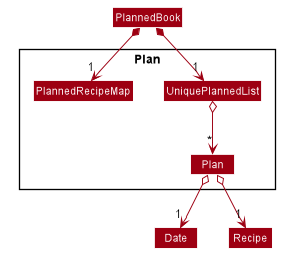
The PlantUML diagram docs/images/ModelPlanClassDiagram.png in nus-cs2103-AY1920S2/addressbook-level3, before a commit. The source it was exported from:
```plantuml
@startuml








skinparam BackgroundColor #FFFFFFF

skinparam Shadowing false

skinparam Class {
    FontColor #FFFFFF
    BorderThickness 1
    BorderColor #FFFFFF
    StereotypeFontColor #FFFFFF
    FontName Arial
}

skinparam Actor {
    BorderColor #000000
    Color #000000
    FontName Arial
}

skinparam Sequence {
    MessageAlign center
    BoxFontSize 15
    BoxPadding 0
    BoxFontColor #FFFFFF
    FontName Arial
}

skinparam Participant {
    FontColor #FFFFFFF
    Padding 20
}

skinparam MinClassWidth 50
skinparam ParticipantPadding 10
skinparam Shadowing false
skinparam DefaultTextAlignment center
skinparam packageStyle Rectangle

hide footbox
hide members
hide circle

skinparam arrowThickness 1.1
skinparam arrowColor #9D0012
skinparam classBackgroundColor #9D0012

class PlannedBook

Package Plan {
    class UniquePlannedList
    class Plan
    class PlannedRecipeMap
}
class Date
class Recipe

PlannedBook *-down->"1" UniquePlannedList
PlannedBook *-down->"1" PlannedRecipeMap
UniquePlannedList o--> "*" Plan
Plan o--> "1" Recipe
Plan o--> "1" Date

@enduml
```
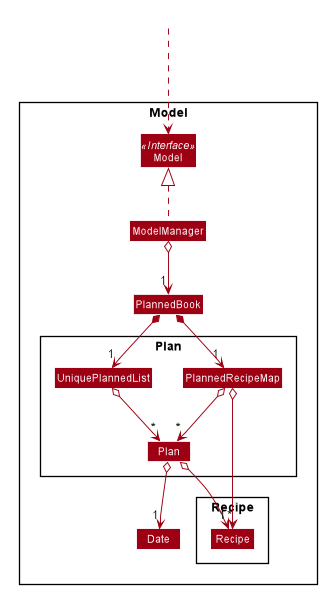
The same diagram one commit later.

Commit message:
Updated model diagrams

The edit, as a diff of the source:
```diff
@@ -52,6 +52,13 @@
 skinparam arrowColor #9D0012
 skinparam classBackgroundColor #9D0012
 
+Class HiddenOutside #FFFFFF
+
+Package Model <<Rectangle>>{
+
+Interface Model <<Interface>>
+Class Model
+Class ModelManager
 class PlannedBook
 
 Package Plan {
@@ -60,11 +67,21 @@
     class PlannedRecipeMap
 }
 class Date
+
+Package Recipe {
+
 class Recipe
+}
+HiddenOutside ...> Model
+ModelManager o--> "1" PlannedBook
+ModelManager .up.|> Model
+
 
 PlannedBook *-down->"1" UniquePlannedList
 PlannedBook *-down->"1" PlannedRecipeMap
 UniquePlannedList o--> "*" Plan
+PlannedRecipeMap o--> "*" Plan
+PlannedRecipeMap o--> "*" Recipe
 Plan o--> "1" Recipe
 Plan o--> "1" Date
 
```
